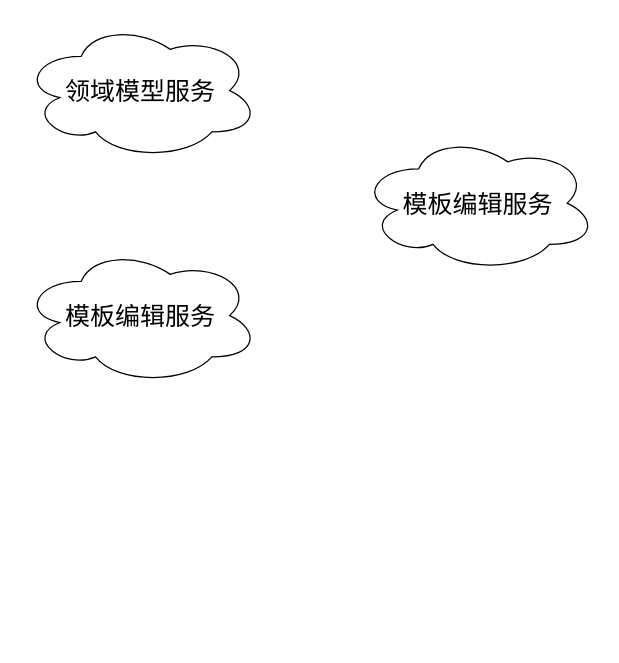
Above: 文档方案图.drawio in HonyoLAN/telmy (draw.io), before the change. Source tidied: cells renumbered, new cells numbered last; positions are measured from the earlier drawing's top-left corner, leaving out a move shared by most shapes. Both pictures are drawn from the tidied source at 125%, with x=0, y=0 at pixel (21, 21).
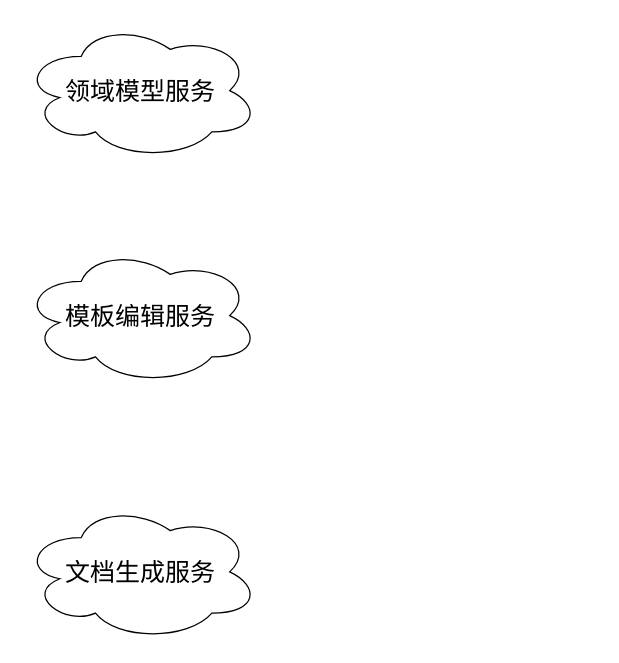
Above is the later version.

Commit message (it also covers changes not shown here):
更新文档方案图.drawio

What changed in the source:
```diff
@@
 <mxGraphModel>
   <root>
     <mxCell id="0" />
     <mxCell id="1" parent="0" />
     <mxCell id="2" value="&lt;font style=&quot;font-size: 20px;&quot;&gt;领域模型服务&lt;/font&gt;" style="ellipse;shape=cloud;whiteSpace=wrap;html=1;" parent="1" vertex="1">
       <mxGeometry width="190" height="110" as="geometry" />
     </mxCell>
     <mxCell id="3" value="&lt;font style=&quot;font-size: 20px;&quot;&gt;模板编辑服务&lt;/font&gt;" style="ellipse;shape=cloud;whiteSpace=wrap;html=1;" parent="1" vertex="1">
       <mxGeometry y="180" width="190" height="110" as="geometry" />
     </mxCell>
-    <mxCell id="4" value="&lt;font style=&quot;font-size: 20px;&quot;&gt;模板编辑服务&lt;/font&gt;" style="ellipse;shape=cloud;whiteSpace=wrap;html=1;" parent="1" vertex="1">
-      <mxGeometry x="270" y="90" width="190" height="110" as="geometry" />
+    <mxCell id="4" value="&lt;font style=&quot;font-size: 20px;&quot;&gt;文档生成服务&lt;/font&gt;" style="ellipse;shape=cloud;whiteSpace=wrap;html=1;" parent="1" vertex="1">
+      <mxGeometry y="385" width="190" height="110" as="geometry" />
     </mxCell>
   </root>
 </mxGraphModel>
```
